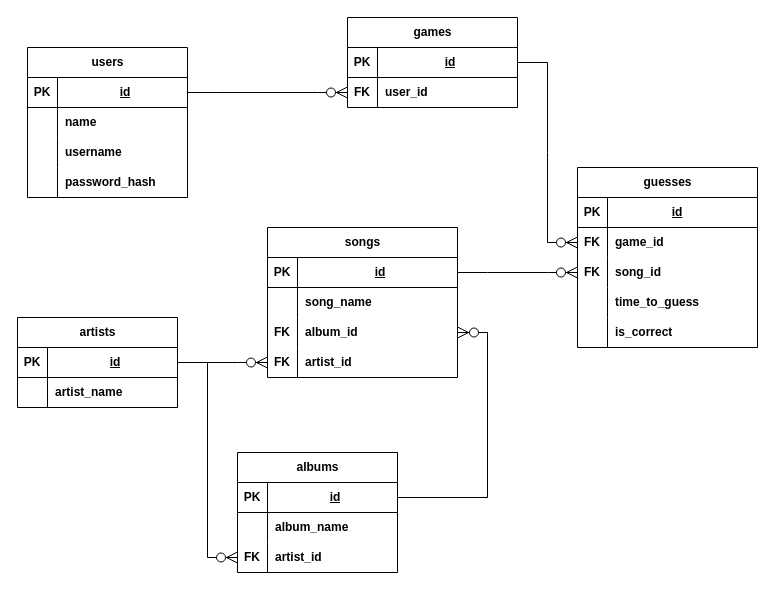
The draw.io diagram notes/pulseRDB.drawio in drs0057/Pulse, before the edit. Source tidied: cells renumbered, new cells numbered last; positions are measured from the earlier drawing's top-left corner, leaving out a move shared by most shapes. Both pictures are drawn from the tidied source at 100%, with x=0, y=0 at pixel (17, 17).
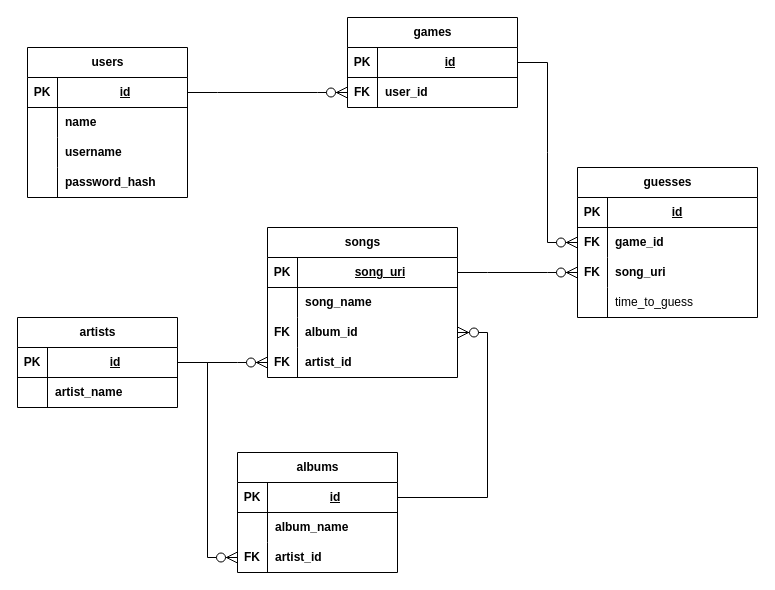
The same page after the edit.

Commit message:
Small update to schema. SongUri is now the primary key for songs. is_correct was removed from guesses; correct will be False if time_to_guess is Null.

Unchanged cells that the change refers to:
```xml
<mxCell id="3" style="shape=tableRow;horizontal=0;startSize=0;swimlaneHead=0;swimlaneBody=0;fillColor=none;points=[[0,0.5],[1,0.5]];portConstraint=eastwest;top=0;left=0;right=0;bottom=1;" parent="2" vertex="1">
  <mxGeometry y="30" width="190" height="30" as="geometry" />
</mxCell>
<mxCell id="59" style="shape=tableRow;horizontal=0;startSize=0;swimlaneHead=0;swimlaneBody=0;fillColor=none;points=[[0,0.5],[1,0.5]];portConstraint=eastwest;top=0;left=0;right=0;bottom=0;" parent="52" vertex="1">
  <mxGeometry y="90" width="180" height="30" as="geometry" />
</mxCell>
<mxCell id="62" style="shape=tableRow;horizontal=0;startSize=0;swimlaneHead=0;swimlaneBody=0;fillColor=none;top=0;left=0;right=0;bottom=0;" parent="52" vertex="1">
  <mxGeometry y="120" width="180" height="30" as="geometry" />
</mxCell>
```

Change to the diagram source:
```diff
@@
-    <mxCell id="5" value="id" style="shape=partialRectangle;fillColor=none;top=0;left=0;bottom=0;right=0;align=center;spacingLeft=6;fontStyle=5;overflow=hidden;whiteSpace=wrap;html=1;" parent="3" vertex="1">
+    <mxCell id="5" value="song_uri" style="shape=partialRectangle;fillColor=none;top=0;left=0;bottom=0;right=0;align=center;spacingLeft=6;fontStyle=5;overflow=hidden;whiteSpace=wrap;html=1;" parent="3" vertex="1">
       <mxGeometry x="30" width="160" height="30" as="geometry" />
     </mxCell>
@@
     <mxCell id="52" value="guesses" style="shape=table;startSize=30;childLayout=tableLayout;rowLines=0;fontStyle=1;align=center;html=1;" parent="1" vertex="1">
-      <mxGeometry x="560" y="150" width="180" height="180" as="geometry" />
+      <mxGeometry x="560" y="150" width="180" height="150" as="geometry" />
     </mxCell>
@@
-    <mxCell id="61" value="&lt;b&gt;song_id&lt;/b&gt;" style="shape=partialRectangle;fillColor=none;top=0;left=0;bottom=0;right=0;align=left;spacingLeft=6;overflow=hidden;whiteSpace=wrap;html=1;" parent="59" vertex="1">
+    <mxCell id="61" value="&lt;b&gt;song_uri&lt;/b&gt;" style="shape=partialRectangle;fillColor=none;top=0;left=0;bottom=0;right=0;align=left;spacingLeft=6;overflow=hidden;whiteSpace=wrap;html=1;" parent="59" vertex="1">
       <mxGeometry x="30" width="150" height="30" as="geometry" />
     </mxCell>
@@
-    <mxCell id="64" value="&lt;b&gt;time_to_guess&lt;/b&gt;" style="shape=partialRectangle;fillColor=none;top=0;left=0;bottom=0;right=0;align=left;spacingLeft=6;overflow=hidden;whiteSpace=wrap;html=1;" parent="62" vertex="1">
+    <mxCell id="64" value="time_to_guess" style="shape=partialRectangle;fillColor=none;top=0;left=0;bottom=0;right=0;align=left;spacingLeft=6;overflow=hidden;whiteSpace=wrap;html=1;" parent="62" vertex="1">
       <mxGeometry x="30" width="150" height="30" as="geometry" />
     </mxCell>
-    <mxCell id="65" style="shape=tableRow;horizontal=0;startSize=0;swimlaneHead=0;swimlaneBody=0;fillColor=none;top=0;left=0;right=0;bottom=0;" parent="52" vertex="1">
-      <mxGeometry y="150" width="180" height="30" as="geometry" />
-    </mxCell>
-    <mxCell id="66" style="shape=partialRectangle;fillColor=none;top=0;left=0;bottom=0;right=0;overflow=hidden;whiteSpace=wrap;html=1;" parent="65" vertex="1">
-      <mxGeometry width="30" height="30" as="geometry" />
-    </mxCell>
-    <mxCell id="67" value="&lt;b&gt;is_correct&lt;/b&gt;" style="shape=partialRectangle;fillColor=none;top=0;left=0;bottom=0;right=0;align=left;spacingLeft=6;overflow=hidden;whiteSpace=wrap;html=1;" parent="65" vertex="1">
-      <mxGeometry x="30" width="150" height="30" as="geometry" />
-    </mxCell>
```
